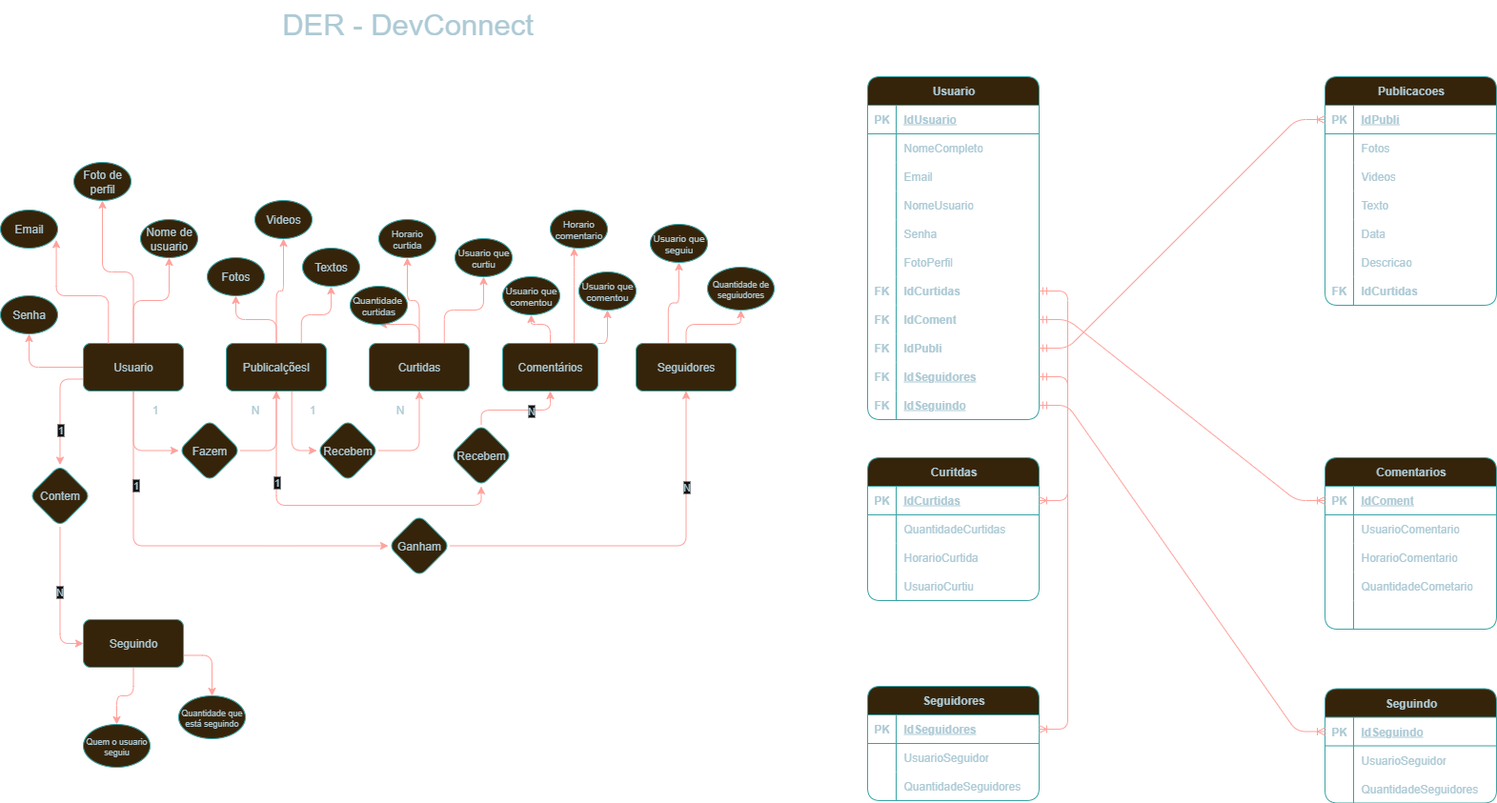
The draw.io diagram bancoDeDados/DER - DevConnect.drawio.png in FelipeSantos008/2S_DevConnect, before a commit. Source tidied: cells renumbered, new cells last; positions are measured from the earlier drawing's top-left corner, leaving out a move shared by most shapes.
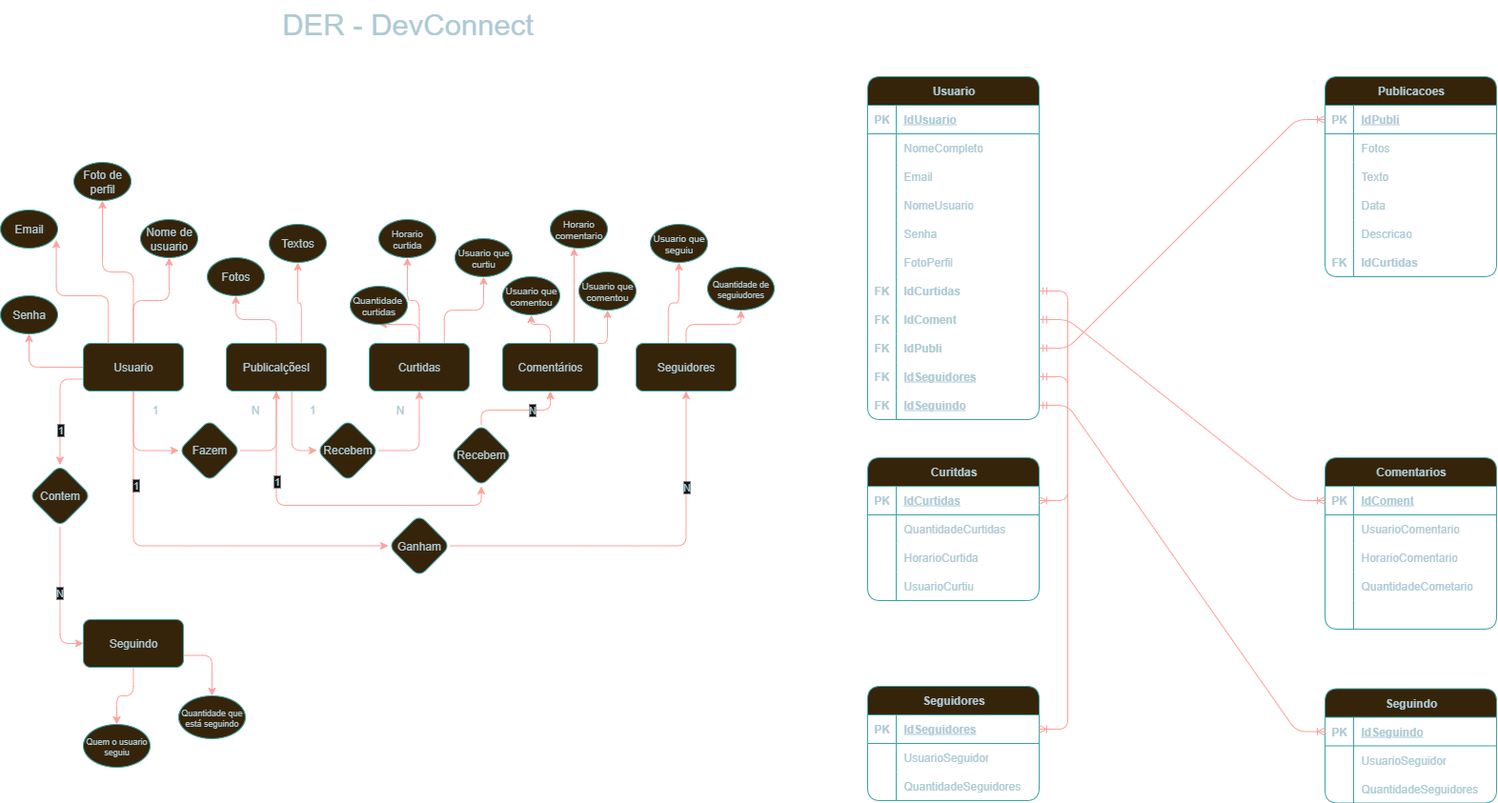
After the commit.

Commit message:
Finalização do DER DevConnect

Diff of the diagram source:
```diff
@@ -147,7 +147,7 @@
       <mxGeometry x="30" width="150" height="30" as="geometry" />
     </mxCell>
     <mxCell id="50" value="Publicacoes" style="shape=table;startSize=30;rowLines=0;fontStyle=1;align=center;html=1;strokeColor=#0F8B8D;fontColor=#143642;fillColor=#FAE5C7;labelBackgroundColor=none;rounded=1;" parent="1" vertex="1">
-      <mxGeometry x="1390" y="80" width="180" height="240" as="geometry" />
+      <mxGeometry x="1390" y="80" width="180" height="210" as="geometry" />
     </mxCell>
     <mxCell id="51" style="shape=tableRow;horizontal=0;startSize=0;swimlaneHead=0;swimlaneBody=0;fillColor=none;points=[[0,0.5],[1,0.5]];portConstraint=eastwest;top=0;left=0;right=0;bottom=1;strokeColor=#0F8B8D;fontColor=#143642;labelBackgroundColor=none;rounded=1;" parent="50" vertex="1">
       <mxGeometry y="30" width="180" height="30" as="geometry" />
@@ -167,17 +167,8 @@
     <mxCell id="56" value="Fotos" style="shape=partialRectangle;fillColor=none;top=0;left=0;bottom=0;right=0;align=left;spacingLeft=6;overflow=hidden;whiteSpace=wrap;html=1;strokeColor=#0F8B8D;fontColor=#143642;labelBackgroundColor=none;rounded=1;" parent="54" vertex="1">
       <mxGeometry x="30" width="150" height="30" as="geometry" />
     </mxCell>
-    <mxCell id="57" style="shape=tableRow;horizontal=0;startSize=0;swimlaneHead=0;swimlaneBody=0;fillColor=none;top=0;left=0;right=0;bottom=0;strokeColor=#0F8B8D;fontColor=#143642;labelBackgroundColor=none;rounded=1;" parent="50" vertex="1">
-      <mxGeometry y="90" width="180" height="30" as="geometry" />
-    </mxCell>
-    <mxCell id="58" style="shape=partialRectangle;fillColor=none;top=0;left=0;bottom=0;right=0;overflow=hidden;whiteSpace=wrap;html=1;strokeColor=#0F8B8D;fontColor=#143642;labelBackgroundColor=none;rounded=1;" parent="57" vertex="1">
-      <mxGeometry width="30" height="30" as="geometry" />
-    </mxCell>
-    <mxCell id="59" value="Videos" style="shape=partialRectangle;fillColor=none;top=0;left=0;bottom=0;right=0;align=left;spacingLeft=6;overflow=hidden;whiteSpace=wrap;html=1;strokeColor=#0F8B8D;fontColor=#143642;labelBackgroundColor=none;rounded=1;" parent="57" vertex="1">
-      <mxGeometry x="30" width="150" height="30" as="geometry" />
-    </mxCell>
     <mxCell id="60" style="shape=tableRow;horizontal=0;startSize=0;swimlaneHead=0;swimlaneBody=0;fillColor=none;top=0;left=0;right=0;bottom=0;strokeColor=#0F8B8D;fontColor=#143642;labelBackgroundColor=none;rounded=1;" parent="50" vertex="1">
-      <mxGeometry y="120" width="180" height="30" as="geometry" />
+      <mxGeometry y="90" width="180" height="30" as="geometry" />
     </mxCell>
     <mxCell id="61" style="shape=partialRectangle;fillColor=none;top=0;left=0;bottom=0;right=0;overflow=hidden;whiteSpace=wrap;html=1;strokeColor=#0F8B8D;fontColor=#143642;labelBackgroundColor=none;rounded=1;" parent="60" vertex="1">
       <mxGeometry width="30" height="30" as="geometry" />
@@ -186,7 +177,7 @@
       <mxGeometry x="30" width="150" height="30" as="geometry" />
     </mxCell>
     <mxCell id="63" style="shape=tableRow;horizontal=0;startSize=0;swimlaneHead=0;swimlaneBody=0;fillColor=none;top=0;left=0;right=0;bottom=0;strokeColor=#0F8B8D;fontColor=#143642;labelBackgroundColor=none;rounded=1;" parent="50" vertex="1">
-      <mxGeometry y="150" width="180" height="30" as="geometry" />
+      <mxGeometry y="120" width="180" height="30" as="geometry" />
     </mxCell>
     <mxCell id="64" style="shape=partialRectangle;fillColor=none;top=0;left=0;bottom=0;right=0;overflow=hidden;whiteSpace=wrap;html=1;strokeColor=#0F8B8D;fontColor=#143642;labelBackgroundColor=none;rounded=1;" parent="63" vertex="1">
       <mxGeometry width="30" height="30" as="geometry" />
@@ -195,7 +186,7 @@
       <mxGeometry x="30" width="150" height="30" as="geometry" />
     </mxCell>
     <mxCell id="66" style="shape=tableRow;horizontal=0;startSize=0;swimlaneHead=0;swimlaneBody=0;fillColor=none;top=0;left=0;right=0;bottom=0;strokeColor=#0F8B8D;fontColor=#143642;labelBackgroundColor=none;rounded=1;" parent="50" vertex="1">
-      <mxGeometry y="180" width="180" height="30" as="geometry" />
+      <mxGeometry y="150" width="180" height="30" as="geometry" />
     </mxCell>
     <mxCell id="67" style="shape=partialRectangle;fillColor=none;top=0;left=0;bottom=0;right=0;overflow=hidden;whiteSpace=wrap;html=1;strokeColor=#0F8B8D;fontColor=#143642;labelBackgroundColor=none;rounded=1;" parent="66" vertex="1">
       <mxGeometry width="30" height="30" as="geometry" />
@@ -204,7 +195,7 @@
       <mxGeometry x="30" width="150" height="30" as="geometry" />
     </mxCell>
     <mxCell id="69" style="shape=tableRow;horizontal=0;startSize=0;swimlaneHead=0;swimlaneBody=0;fillColor=none;top=0;left=0;right=0;bottom=0;strokeColor=#0F8B8D;fontColor=#143642;labelBackgroundColor=none;rounded=1;" parent="50" vertex="1">
-      <mxGeometry y="210" width="180" height="30" as="geometry" />
+      <mxGeometry y="180" width="180" height="30" as="geometry" />
     </mxCell>
     <mxCell id="70" value="&lt;b&gt;FK&lt;/b&gt;" style="shape=partialRectangle;fillColor=none;top=0;left=0;bottom=0;right=0;overflow=hidden;whiteSpace=wrap;html=1;strokeColor=#0F8B8D;fontColor=#143642;labelBackgroundColor=none;rounded=1;" parent="69" vertex="1">
       <mxGeometry width="30" height="30" as="geometry" />
@@ -323,9 +314,6 @@
     <mxCell id="108" style="edgeStyle=orthogonalEdgeStyle;rounded=1;jettySize=auto;html=1;exitX=0.75;exitY=0;exitDx=0;exitDy=0;entryX=0.5;entryY=1;entryDx=0;entryDy=0;strokeColor=#A8201A;fontColor=#143642;fillColor=#FAE5C7;" parent="1" edge="1" source="113" target="131">
       <mxGeometry relative="1" as="geometry" />
     </mxCell>
-    <mxCell id="109" style="edgeStyle=orthogonalEdgeStyle;rounded=1;jettySize=auto;html=1;exitX=0.5;exitY=0;exitDx=0;exitDy=0;strokeColor=#A8201A;fontColor=#143642;fillColor=#FAE5C7;" parent="1" edge="1" source="113" target="132">
-      <mxGeometry relative="1" as="geometry" />
-    </mxCell>
     <mxCell id="110" style="edgeStyle=orthogonalEdgeStyle;rounded=1;jettySize=auto;html=1;exitX=0.654;exitY=0.925;exitDx=0;exitDy=0;entryX=0;entryY=0.5;entryDx=0;entryDy=0;strokeColor=#A8201A;fontColor=#143642;fillColor=#FAE5C7;exitPerimeter=0;" parent="1" edge="1" source="113" target="145">
       <mxGeometry relative="1" as="geometry" />
     </mxCell>
@@ -397,11 +385,8 @@
       <mxGeometry relative="1" as="geometry" />
     </mxCell>
     <mxCell id="131" value="Textos" style="ellipse;whiteSpace=wrap;html=1;strokeColor=#0F8B8D;fontColor=#143642;fillColor=#FAE5C7;labelBackgroundColor=none;rounded=1;" parent="1" vertex="1">
-      <mxGeometry x="317" y="260" width="60" height="40" as="geometry" />
+      <mxGeometry x="282" y="235" width="60" height="40" as="geometry" />
     </mxCell>
-    <mxCell id="132" value="Videos" style="ellipse;whiteSpace=wrap;html=1;strokeColor=#0F8B8D;fontColor=#143642;fillColor=#FAE5C7;labelBackgroundColor=none;rounded=1;" parent="1" vertex="1">
-      <mxGeometry x="267" y="210" width="60" height="40" as="geometry" />
-    </mxCell>
     <mxCell id="133" value="Fotos" style="ellipse;whiteSpace=wrap;html=1;strokeColor=#0F8B8D;fontColor=#143642;fillColor=#FAE5C7;labelBackgroundColor=none;rounded=1;" parent="1" vertex="1">
       <mxGeometry x="217" y="270" width="60" height="40" as="geometry" />
     </mxCell>
```
